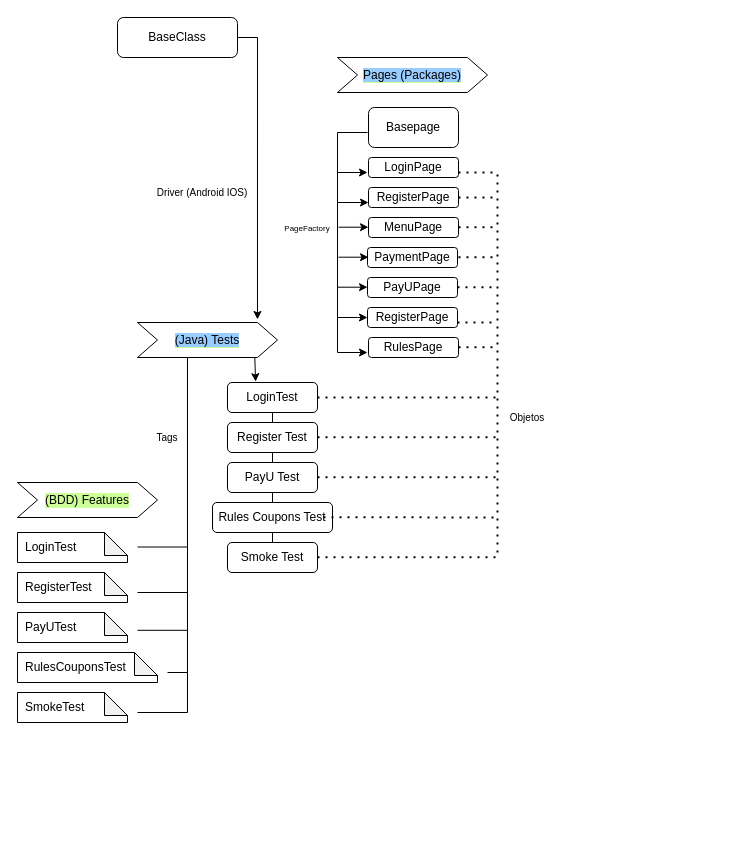
edwincneira/mercado-libre-automation keeps this draw.io diagram as Untitled Diagram.drawio. Above is the earlier version. Source tidied: cells renumbered, new cells numbered last; positions are measured from the earlier drawing's top-left corner, leaving out a move shared by most shapes. Both pictures are drawn from the tidied source at 100%, with x=0, y=0 at pixel (17, 17).
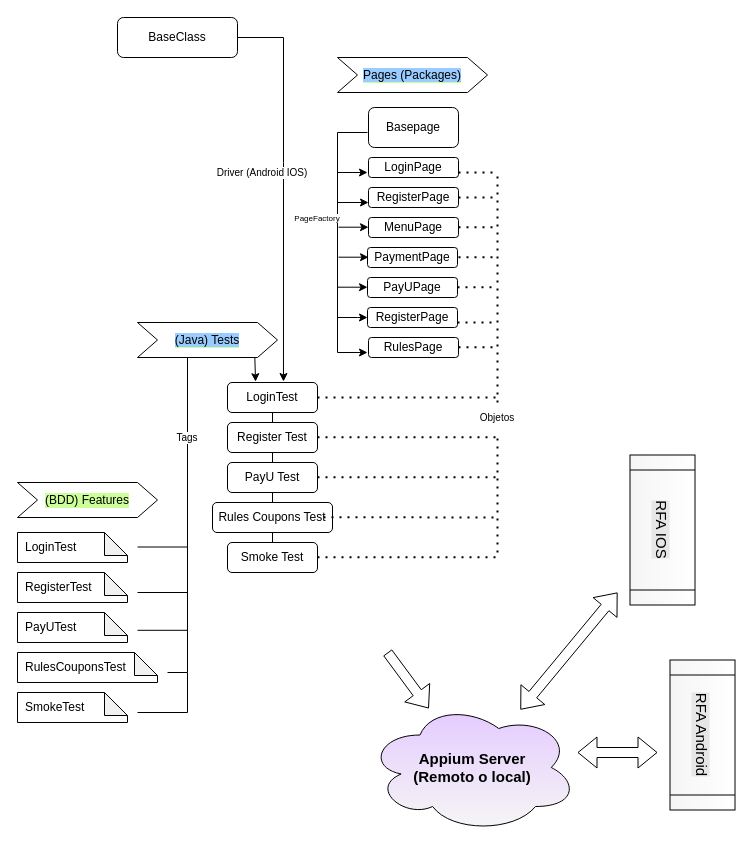
The same page after the edit.

The change refers to these unchanged cells:
```xml
<mxCell id="2" value="BaseClass" style="rounded=1;whiteSpace=wrap;html=1;fontSize=12;glass=0;strokeWidth=1;shadow=0;" parent="1" vertex="1">
  <mxGeometry x="100" width="120" height="40" as="geometry" />
</mxCell>
<mxCell id="4" value="LoginTest" style="rounded=1;whiteSpace=wrap;html=1;fontSize=12;glass=0;strokeWidth=1;shadow=0;labelBackgroundColor=#FFFFFF;" parent="1" vertex="1">
  <mxGeometry x="210" y="365" width="90" height="30" as="geometry" />
</mxCell>
<mxCell id="16" value="&lt;span style=&quot;background-color: rgb(153, 204, 255);&quot;&gt;(Java) Tests&lt;/span&gt;" style="shape=step;perimeter=stepPerimeter;whiteSpace=wrap;html=1;fixedSize=1;labelBackgroundColor=#CCFF99;" parent="1" vertex="1">
  <mxGeometry x="120" y="305" width="140" height="35" as="geometry" />
</mxCell>
```

The edit, as a diff of the source:
```diff
@@
-    <mxCell id="34" style="endArrow=none;dashed=1;html=1;dashPattern=1 3;strokeWidth=2;rounded=0;" parent="1" edge="1">
+    <mxCell id="34" style="endArrow=none;dashed=1;html=1;dashPattern=1 3;strokeWidth=2;rounded=0;startArrow=none;" parent="1" edge="1" source="58">
       <mxGeometry relative="1" as="geometry">
-        <mxPoint x="480" y="535" as="sourcePoint" />
         <mxPoint x="480" y="155" as="targetPoint" />
       </mxGeometry>
     </mxCell>
@@
     <mxCell id="55" value="PageFactory" style="text;html=1;strokeColor=none;fillColor=none;align=center;verticalAlign=middle;whiteSpace=wrap;rounded=0;labelBackgroundColor=#FFFFFF;fontSize=8;" parent="1" vertex="1">
-      <mxGeometry x="280" y="210" width="20" as="geometry" />
+      <mxGeometry x="290" y="200" width="20" as="geometry" />
     </mxCell>
@@
-    <mxCell id="58" value="Objetos" style="text;html=1;strokeColor=none;fillColor=none;align=center;verticalAlign=middle;whiteSpace=wrap;rounded=0;labelBackgroundColor=#FFFFFF;fontSize=10;" parent="1" vertex="1">
-      <mxGeometry x="480" y="385" width="60" height="30" as="geometry" />
-    </mxCell>
-    <mxCell id="59" style="endArrow=classic;html=1;rounded=0;fontSize=10;exitX=1;exitY=0.5;exitDx=0;exitDy=0;entryX=0.857;entryY=-0.086;entryDx=0;entryDy=0;entryPerimeter=0;" parent="1" edge="1" source="2" target="16">
+    <mxCell id="59" style="endArrow=classic;html=1;rounded=0;fontSize=10;exitX=1;exitY=0.5;exitDx=0;exitDy=0;entryX=0.622;entryY=-0.033;entryDx=0;entryDy=0;entryPerimeter=0;" parent="1" edge="1" source="2" target="4">
       <mxGeometry relative="1" as="geometry">
         <Array as="points">
-          <mxPoint x="240" y="20" />
+          <mxPoint x="266" y="20" />
+          <mxPoint x="266" y="145" />
         </Array>
       </mxGeometry>
     </mxCell>
     <mxCell id="60" value="Driver (Android IOS)" style="text;html=1;strokeColor=none;fillColor=none;align=center;verticalAlign=middle;whiteSpace=wrap;rounded=0;labelBackgroundColor=#FFFFFF;fontSize=10;" parent="1" vertex="1">
-      <mxGeometry x="130" y="160" width="110" height="30" as="geometry" />
+      <mxGeometry x="190" y="140" width="110" height="30" as="geometry" />
     </mxCell>
     <mxCell id="61" value="Tags" style="text;html=1;strokeColor=none;fillColor=none;align=center;verticalAlign=middle;whiteSpace=wrap;rounded=0;labelBackgroundColor=#FFFFFF;fontSize=10;" parent="1" vertex="1">
-      <mxGeometry x="120" y="405" width="60" height="30" as="geometry" />
+      <mxGeometry x="140" y="405" width="60" height="30" as="geometry" />
     </mxCell>
+    <mxCell id="58" value="Objetos" style="text;html=1;strokeColor=none;fillColor=none;align=center;verticalAlign=middle;whiteSpace=wrap;rounded=0;labelBackgroundColor=#FFFFFF;fontSize=10;" parent="1" vertex="1">
+      <mxGeometry x="450" y="385" width="60" height="30" as="geometry" />
+    </mxCell>
+    <mxCell id="62" style="endArrow=none;dashed=1;html=1;dashPattern=1 3;strokeWidth=2;rounded=0;" parent="1" edge="1" target="58">
+      <mxGeometry relative="1" as="geometry">
+        <mxPoint x="480" y="535" as="sourcePoint" />
+      </mxGeometry>
+    </mxCell>
+    <mxCell id="63" style="edgeStyle=orthogonalEdgeStyle;rounded=0;orthogonalLoop=1;jettySize=auto;html=1;exitX=0.5;exitY=1;exitDx=0;exitDy=0;fontSize=10;fontColor=none;" parent="1" edge="1" source="61" target="61">
+      <mxGeometry relative="1" as="geometry" />
+    </mxCell>
+    <mxCell id="64" value="Appium Server&lt;br&gt;(Remoto o local)" style="ellipse;shape=cloud;whiteSpace=wrap;html=1;labelBackgroundColor=none;fontSize=15;fontColor=none;gradientColor=#F5F5F5;fillColor=#E5CCFF;fontStyle=1;" parent="1" vertex="1">
+      <mxGeometry x="350" y="685" width="210" height="130" as="geometry" />
+    </mxCell>
+    <mxCell id="65" style="shape=flexArrow;endArrow=classic;html=1;rounded=0;fontSize=15;fontColor=none;" parent="1" edge="1" target="64">
+      <mxGeometry relative="1" as="geometry">
+        <mxPoint x="370" y="635" as="sourcePoint" />
+      </mxGeometry>
+    </mxCell>
+    <mxCell id="66" value="RFA IOS" style="shape=process;whiteSpace=wrap;html=1;backgroundOutline=1;labelBackgroundColor=#E6E6E6;fontSize=15;fontColor=none;fillColor=#FFFFFF;gradientColor=#F5F5F5;rotation=90;" parent="1" vertex="1">
+      <mxGeometry x="570" y="480" width="150" height="65" as="geometry" />
+    </mxCell>
+    <mxCell id="67" style="shape=flexArrow;endArrow=classic;startArrow=classic;html=1;rounded=0;fontSize=15;fontColor=none;" parent="1" edge="1" source="64">
+      <mxGeometry relative="1" as="geometry">
+        <mxPoint x="600" y="575" as="targetPoint" />
+      </mxGeometry>
+    </mxCell>
+    <mxCell id="68" value="RFA Android" style="shape=process;whiteSpace=wrap;html=1;backgroundOutline=1;labelBackgroundColor=#E6E6E6;fontSize=15;fontColor=none;fillColor=#FFFFFF;gradientColor=#F5F5F5;rotation=90;" parent="1" vertex="1">
+      <mxGeometry x="610" y="685" width="150" height="65" as="geometry" />
+    </mxCell>
+    <mxCell id="69" style="shape=flexArrow;endArrow=classic;startArrow=classic;html=1;rounded=0;fontSize=15;fontColor=none;" parent="1" edge="1">
+      <mxGeometry relative="1" as="geometry">
+        <mxPoint x="560" y="735" as="sourcePoint" />
+        <mxPoint x="640" y="735" as="targetPoint" />
+      </mxGeometry>
+    </mxCell>
```
